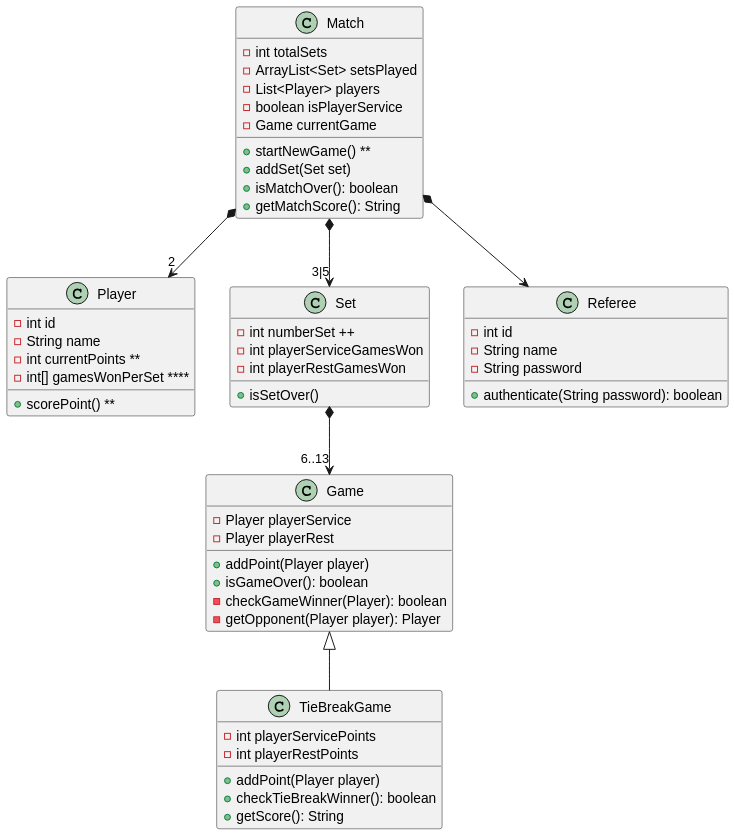
Earlier version of the PlantUML export docs/diagrams/ClassDiagram.svg (rafaelacirino/IWVG).
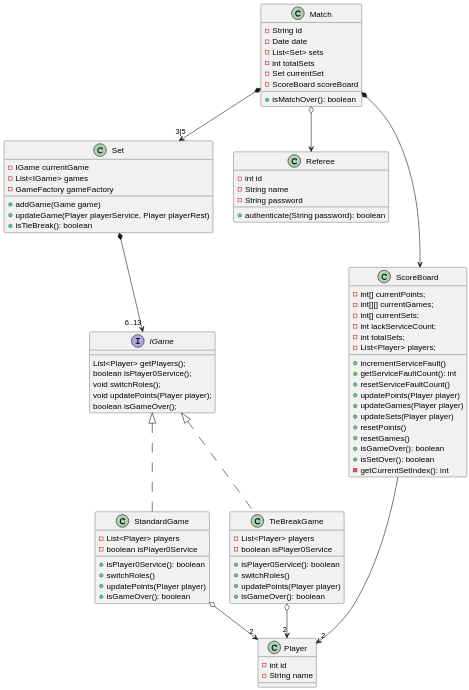
After the change.

Change to the diagram source:
```diff
@@ -1,33 +1,30 @@
 @startuml
-Match *-down-> "2" Player
 Match *-down-> "3|5" Set
-Match *-down-> Referee
+Match o-down-> Referee
+Match *-down-> ScoreBoard
 
-Set *-down-> "6..13" Game
+Set *-down-> "6..13" IGame
 
-Game <|-down- TieBreakGame
+StandardGame o-down-> "2" Player
+TieBreakGame o-down-> "2" Player
 
+ScoreBoard -down-> "2" Player
 
 class Match {
+- String id
+- Date date
+- List<Set> sets
 - int totalSets
-- ArrayList<Set> setsPlayed
-- List<Player> players
-- boolean isPlayerService
-- Game currentGame
+- Set currentSet
+- ScoreBoard scoreBoard
 
-+ startNewGame() **
-+ addSet(Set set)
 + isMatchOver(): boolean
-+ getMatchScore(): String
 }
 
 class Player {
 - int id
 - String name
-- int currentPoints **
-- int[] gamesWonPerSet ****
 
-+ scorePoint() **
 }
 
 class Referee {
@@ -39,29 +36,61 @@
 }
 
 class Set {
-- int numberSet ++
-- int playerServiceGamesWon
-- int playerRestGamesWon
+    - IGame currentGame
+    - List<IGame> games
+    - GameFactory gameFactory
 
-+ isSetOver()
+    + addGame(Game game)
+    + updateGame(Player playerService, Player playerRest)
+    + isTieBreak(): boolean
+    }
+
+interface IGame {
+List<Player> getPlayers();
+boolean isPlayer0Service();
+void switchRoles();
+void updatePoints(Player player);
+boolean isGameOver();
 }
 
-class Game {
-- Player playerService
-- Player playerRest
+class StandardGame implements IGame{
+- List<Player> players
+- boolean isPlayer0Service
 
-+ addPoint(Player player)
++ isPlayer0Service(): boolean
++ switchRoles()
++ updatePoints(Player player)
 + isGameOver(): boolean
-- checkGameWinner(Player): boolean
-- getOpponent(Player player): Player
 }
 
-class TieBreakGame {
-- int playerServicePoints
-- int playerRestPoints
+class TieBreakGame implements IGame{
+- List<Player> players
+- boolean isPlayer0Service
 
-+ addPoint(Player player)
-+ checkTieBreakWinner(): boolean
-+ getScore(): String
++ isPlayer0Service(): boolean
++ switchRoles()
++ updatePoints(Player player)
++ isGameOver(): boolean
+}
+
+class ScoreBoard {
+- int[] currentPoints;
+- int[][] currentGames;
+- int[] currentSets;
+- int lackServiceCount;
+- int totalSets;
+- List<Player> players;
+
++ incrementServiceFault()
++ getServiceFaultCount(): int
++ resetServiceFaultCount()
++ updatePoints(Player player)
++ updateGames(Player player)
++ updateSets(Player player)
++ resetPoints()
++ resetGames()
++ isGameOver(): boolean
++ isSetOver(): boolean
+- getCurrentSetIndex(): int
 }
 @enduml
```
